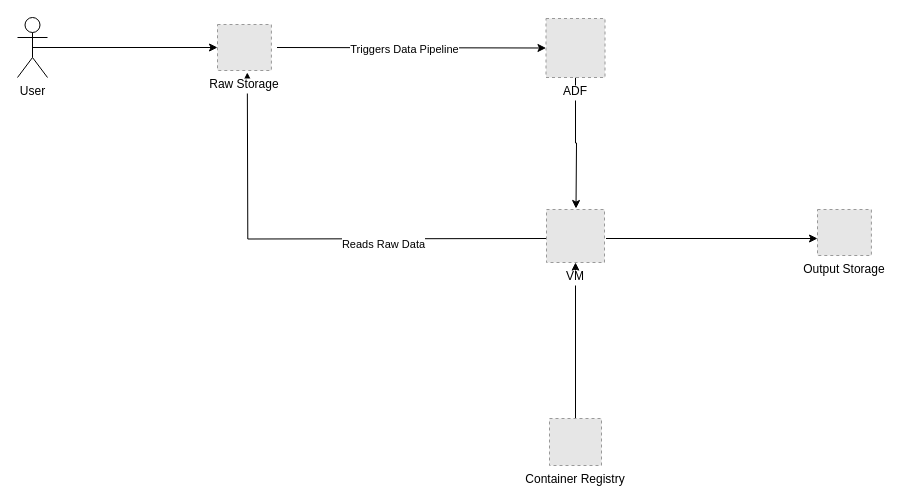
Above: docs/adf-data-pipeline.drawio.xml in mahdikhashan/azure-dataset-processing-pipeline (draw.io), before the change. Source tidied: cells renumbered, new cells numbered last; positions are measured from the earlier drawing's top-left corner, leaving out a move shared by most shapes. Both pictures are drawn from the tidied source at 100%, with x=0, y=0 at pixel (17, 17). Pictures stored in the file or linked from it are replaced by grey dashed boxes.
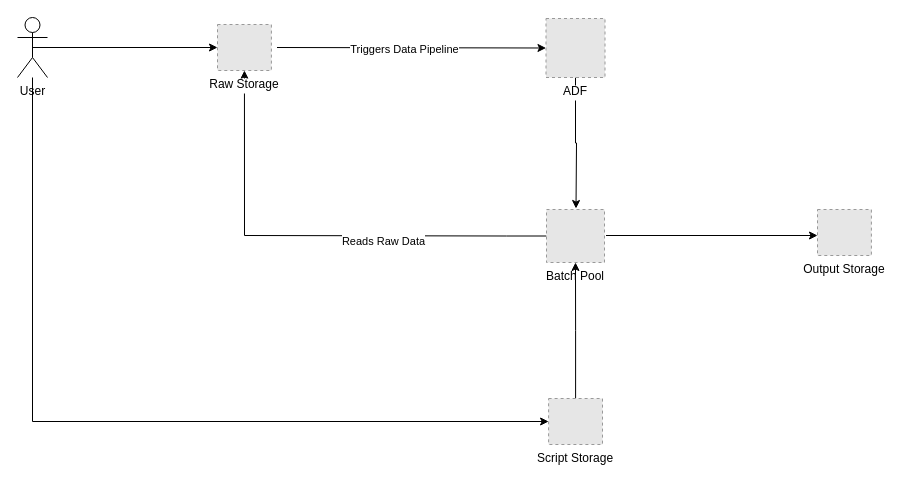
The same page after the edit.

The change refers to these unchanged cells:
```xml
<mxCell id="12" value="&lt;div&gt;&lt;span style=&quot;background-color: transparent; color: light-dark(rgb(0, 0, 0), rgb(255, 255, 255));&quot;&gt;User&lt;/span&gt;&lt;/div&gt;" style="shape=umlActor;verticalLabelPosition=bottom;verticalAlign=top;html=1;outlineConnect=0;" parent="1" vertex="1">
  <mxGeometry width="30" height="60" as="geometry" />
</mxCell>
<mxCell id="13" value="Raw Storage" style="fillColor=#E6E6E6;strokeColor=#999999;dashed=1;verticalLabelPosition=bottom;labelBackgroundColor=#ffffff;verticalAlign=top;" parent="1" vertex="1">
  <mxGeometry x="200" y="7" width="53.9" height="46" as="geometry" />
</mxCell>
```

Diff of the diagram source:
```diff
@@
-    <mxCell id="4" style="edgeStyle=orthogonalEdgeStyle;rounded=0;orthogonalLoop=1;jettySize=auto;html=1;" parent="1" edge="1">
+    <mxCell id="4" style="edgeStyle=orthogonalEdgeStyle;rounded=0;jettySize=auto;html=1;entryX=0.5;entryY=1;entryDx=0;entryDy=0;" parent="1" edge="1" source="15" target="13">
       <mxGeometry relative="1" as="geometry">
-        <mxPoint x="528.5" y="221" as="sourcePoint" />
-        <mxPoint x="229.8" y="55" as="targetPoint" />
+        <Array as="points">
+          <mxPoint x="489" y="219" />
+          <mxPoint x="227" y="218" />
+        </Array>
       </mxGeometry>
     </mxCell>
@@
     <mxCell id="6" style="edgeStyle=orthogonalEdgeStyle;rounded=0;orthogonalLoop=1;jettySize=auto;html=1;" parent="1" edge="1">
       <mxGeometry relative="1" as="geometry">
-        <mxPoint x="588.5" y="221" as="sourcePoint" />
-        <mxPoint x="800" y="221" as="targetPoint" />
+        <mxPoint x="588.5" y="218" as="sourcePoint" />
+        <mxPoint x="800" y="218" as="targetPoint" />
       </mxGeometry>
     </mxCell>
-    <mxCell id="7" style="edgeStyle=orthogonalEdgeStyle;rounded=0;jettySize=auto;html=1;" parent="1" edge="1" source="8" target="15">
-      <mxGeometry relative="1" as="geometry" />
-    </mxCell>
-    <mxCell id="8" value="Container Registry" style="fillColor=#E6E6E6;strokeColor=#999999;dashed=1;verticalLabelPosition=bottom;labelBackgroundColor=#ffffff;verticalAlign=top;" parent="1" vertex="1">
-      <mxGeometry x="532" y="401" width="52" height="47" as="geometry" />
-    </mxCell>
@@
+    <mxCell id="16" style="edgeStyle=orthogonalEdgeStyle;rounded=0;jettySize=auto;html=1;" parent="1" edge="1" source="12" target="18">
+      <mxGeometry relative="1" as="geometry">
+        <Array as="points">
+          <mxPoint x="15" y="404" />
+        </Array>
+      </mxGeometry>
+    </mxCell>
@@
-    <mxCell id="15" value="VM" style="fillColor=#E6E6E6;strokeColor=#999999;dashed=1;verticalLabelPosition=bottom;labelBackgroundColor=#ffffff;verticalAlign=top;" parent="1" vertex="1">
+    <mxCell id="15" value="Batch Pool" style="fillColor=#E6E6E6;strokeColor=#999999;dashed=1;verticalLabelPosition=bottom;labelBackgroundColor=#ffffff;verticalAlign=top;" parent="1" vertex="1">
       <mxGeometry x="529" y="192" width="58" height="53" as="geometry" />
     </mxCell>
+    <mxCell id="17" style="edgeStyle=orthogonalEdgeStyle;rounded=0;jettySize=auto;html=1;" parent="1" edge="1" source="18" target="15">
+      <mxGeometry relative="1" as="geometry" />
+    </mxCell>
+    <mxCell id="18" value="Script Storage" style="fillColor=#E6E6E6;strokeColor=#999999;dashed=1;verticalLabelPosition=bottom;labelBackgroundColor=#ffffff;verticalAlign=top;" parent="1" vertex="1">
+      <mxGeometry x="531.1" y="381" width="53.9" height="46" as="geometry" />
+    </mxCell>
```
